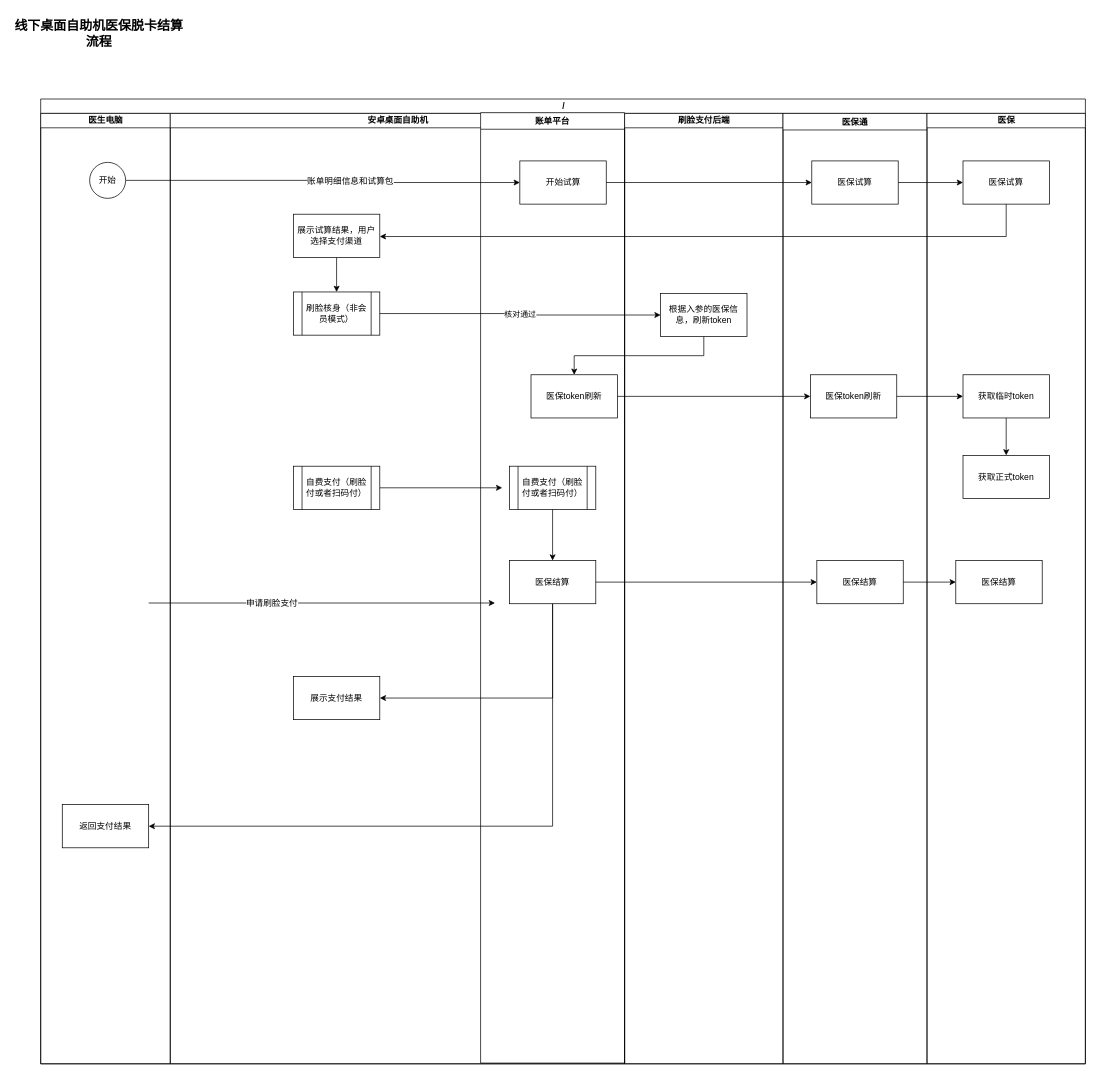
Before: 线下桌面自助机医保脱卡结算流程.drawio in zhangwenhuad/visio, a draw.io diagram. Source tidied: cells renumbered, new cells numbered last; positions are measured from the earlier drawing's top-left corner, leaving out a move shared by most shapes. Both pictures are drawn from the tidied source at 72%, with x=0, y=0 at pixel (12, 12).
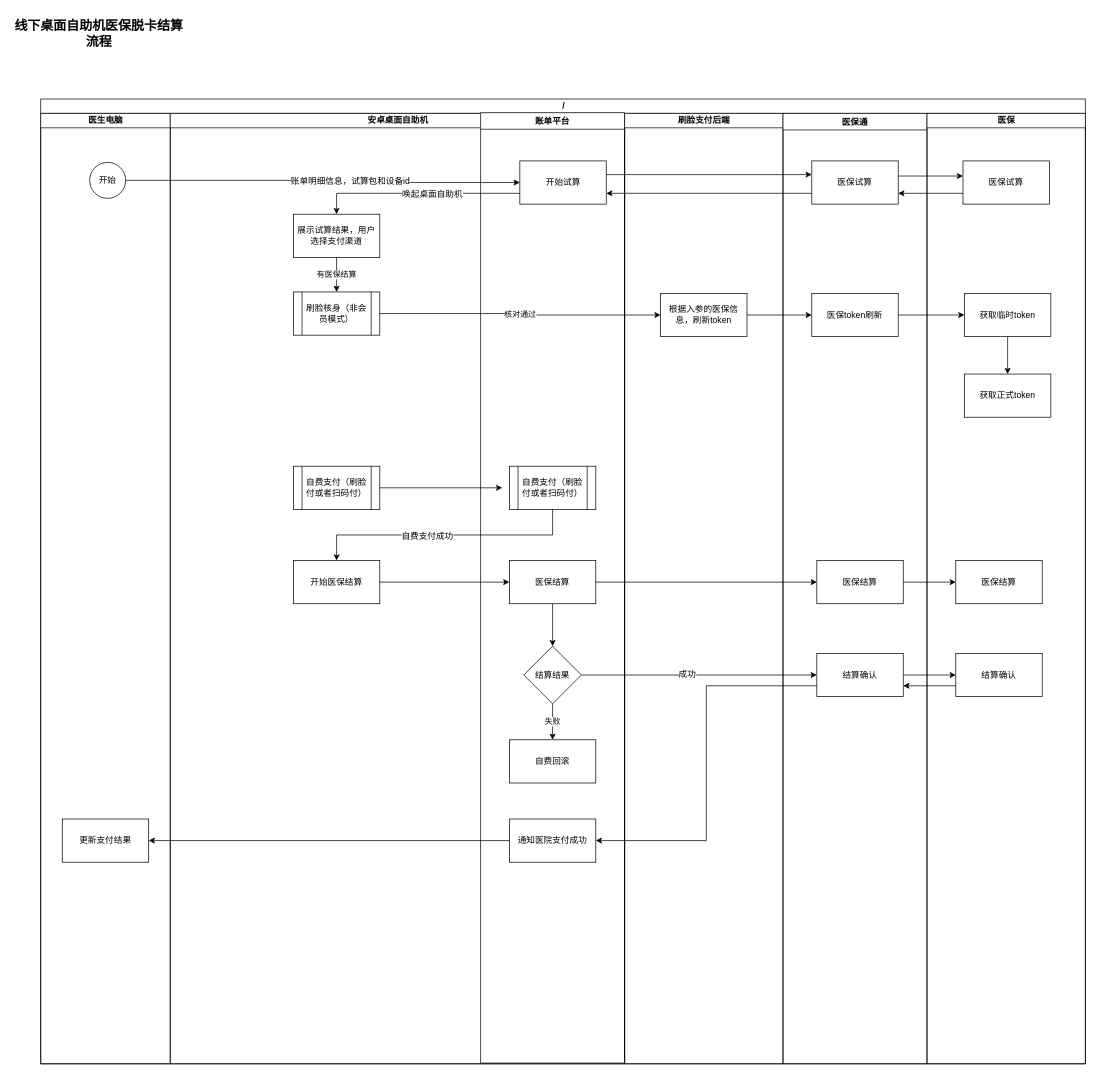
After the change.

Commit message:
Update 线下桌面自助机医保脱卡结算流程.drawio

Unchanged cells that the change refers to:
```xml
<mxCell id="3" value="/" style="swimlane;html=1;startSize=20;" parent="1" vertex="1">
  <mxGeometry x="39" y="120" width="1451" height="1340" as="geometry" />
</mxCell>
<mxCell id="4" value="医生电脑" style="swimlane;html=1;startSize=20;" parent="3" vertex="1">
  <mxGeometry y="20" width="180" height="1320" as="geometry" />
</mxCell>
<mxCell id="7" value="安卓桌面自助机" style="swimlane;html=1;startSize=20;" parent="3" vertex="1">
  <mxGeometry x="180" y="20" width="631" height="1320" as="geometry" />
</mxCell>
<mxCell id="8" value="账单平台" style="swimlane;" parent="7" vertex="1">
  <mxGeometry x="431" y="-1" width="200" height="1320" as="geometry" />
</mxCell>
<mxCell id="9" value="开始试算" style="rounded=0;whiteSpace=wrap;html=1;" parent="8" vertex="1">
  <mxGeometry x="54.5" y="67" width="120" height="60" as="geometry" />
</mxCell>
<mxCell id="11" value="&lt;span style=&quot;white-space: normal&quot;&gt;自费支付（刷脸付或者扫码付）&lt;/span&gt;" style="shape=process;whiteSpace=wrap;html=1;backgroundOutline=1;" parent="8" vertex="1">
  <mxGeometry x="40" y="491" width="120" height="60" as="geometry" />
</mxCell>
<mxCell id="12" value="&lt;span style=&quot;white-space: normal&quot;&gt;刷脸核身（非会员模式）&lt;/span&gt;" style="shape=process;whiteSpace=wrap;html=1;backgroundOutline=1;" parent="7" vertex="1">
  <mxGeometry x="171" y="248" width="120" height="60" as="geometry" />
</mxCell>
<mxCell id="14" value="展示试算结果，用户选择支付渠道" style="rounded=0;whiteSpace=wrap;html=1;" parent="7" vertex="1">
  <mxGeometry x="171" y="140" width="120" height="60" as="geometry" />
</mxCell>
<mxCell id="19" value="根据入参的医保信息，刷新token" style="rounded=0;whiteSpace=wrap;html=1;" parent="18" vertex="1">
  <mxGeometry x="50" y="250" width="120" height="60" as="geometry" />
</mxCell>
<mxCell id="21" value="医保通" style="swimlane;" parent="3" vertex="1">
  <mxGeometry x="1031" y="20" width="200" height="1320" as="geometry" />
</mxCell>
<mxCell id="22" value="医保试算" style="rounded=0;whiteSpace=wrap;html=1;" parent="21" vertex="1">
  <mxGeometry x="40" y="66" width="120" height="60" as="geometry" />
</mxCell>
<mxCell id="26" value="医保" style="swimlane;html=1;startSize=20;" parent="3" vertex="1">
  <mxGeometry x="1231" y="20" width="220" height="1320" as="geometry" />
</mxCell>
<mxCell id="28" value="医保试算" style="rounded=0;whiteSpace=wrap;html=1;" parent="26" vertex="1">
  <mxGeometry x="50" y="66" width="120" height="60" as="geometry" />
</mxCell>
<mxCell id="42" style="edgeStyle=orthogonalEdgeStyle;rounded=0;jettySize=auto;html=1;exitX=1;exitY=0.5;exitDx=0;exitDy=0;" parent="1" edge="1" source="44" target="9">
  <mxGeometry relative="1" as="geometry" />
</mxCell>
<mxCell id="46" value="医保结算" style="rounded=0;whiteSpace=wrap;html=1;" parent="1" vertex="1">
  <mxGeometry x="690" y="761" width="120" height="60" as="geometry" />
</mxCell>
```

What changed in the source:
```diff
@@
-    <mxCell id="6" value="返回支付结果" style="rounded=0;whiteSpace=wrap;html=1;" parent="4" vertex="1">
-      <mxGeometry x="30" y="960" width="120" height="60" as="geometry" />
-    </mxCell>
+    <mxCell id="50" value="更新支付结果" style="rounded=0;whiteSpace=wrap;html=1;" parent="4" vertex="1">
+      <mxGeometry x="30" y="980" width="120" height="60" as="geometry" />
+    </mxCell>
@@
-    <mxCell id="10" value="医保token刷新" style="rounded=0;whiteSpace=wrap;html=1;" parent="8" vertex="1">
-      <mxGeometry x="70" y="364" width="120" height="60" as="geometry" />
-    </mxCell>
@@
+    <mxCell id="51" value="失败" style="edgeStyle=orthogonalEdgeStyle;rounded=0;jettySize=auto;html=1;exitX=0.5;exitY=1;exitDx=0;exitDy=0;" parent="8" edge="1" source="52" target="53">
+      <mxGeometry relative="1" as="geometry" />
+    </mxCell>
+    <mxCell id="52" value="结算结果" style="rhombus;whiteSpace=wrap;html=1;" parent="8" vertex="1">
+      <mxGeometry x="60" y="741" width="80" height="80" as="geometry" />
+    </mxCell>
+    <mxCell id="53" value="自费回滚" style="rounded=0;whiteSpace=wrap;html=1;" parent="8" vertex="1">
+      <mxGeometry x="40" y="871" width="120" height="60" as="geometry" />
+    </mxCell>
+    <mxCell id="54" value="通知医院支付成功" style="rounded=0;whiteSpace=wrap;html=1;" parent="8" vertex="1">
+      <mxGeometry x="40" y="981" width="120" height="60" as="geometry" />
+    </mxCell>
@@
-    <mxCell id="13" style="edgeStyle=orthogonalEdgeStyle;rounded=0;jettySize=auto;html=1;exitX=0.5;exitY=1;exitDx=0;exitDy=0;entryX=0.5;entryY=0;entryDx=0;entryDy=0;" parent="7" edge="1" source="14" target="12">
+    <mxCell id="13" value="有医保结算" style="edgeStyle=orthogonalEdgeStyle;rounded=0;jettySize=auto;html=1;exitX=0.5;exitY=1;exitDx=0;exitDy=0;entryX=0.5;entryY=0;entryDx=0;entryDy=0;" parent="7" edge="1" source="14" target="12">
       <mxGeometry relative="1" as="geometry" />
     </mxCell>
@@
-    <mxCell id="17" value="展示支付结果" style="rounded=0;whiteSpace=wrap;html=1;" parent="7" vertex="1">
-      <mxGeometry x="171" y="782" width="120" height="60" as="geometry" />
-    </mxCell>
+    <mxCell id="55" style="edgeStyle=orthogonalEdgeStyle;rounded=0;jettySize=auto;html=1;exitX=0;exitY=0.75;exitDx=0;exitDy=0;entryX=0.5;entryY=0;entryDx=0;entryDy=0;" parent="7" edge="1" source="9" target="14">
+      <mxGeometry relative="1" as="geometry" />
+    </mxCell>
+    <mxCell id="56" value="唤起桌面自助机" style="text;html=1;align=center;verticalAlign=middle;labelBackgroundColor=#ffffff;" parent="55" vertex="1">
+      <mxGeometry x="-0.14" relative="1" as="geometry" />
+    </mxCell>
+    <mxCell id="57" value="开始医保结算" style="rounded=0;whiteSpace=wrap;html=1;" parent="7" vertex="1">
+      <mxGeometry x="171" y="621" width="120" height="60" as="geometry" />
+    </mxCell>
+    <mxCell id="58" style="edgeStyle=orthogonalEdgeStyle;rounded=0;jettySize=auto;html=1;exitX=0.5;exitY=1;exitDx=0;exitDy=0;" parent="7" edge="1" source="11" target="57">
+      <mxGeometry relative="1" as="geometry" />
+    </mxCell>
+    <mxCell id="59" value="自费支付成功" style="text;html=1;align=center;verticalAlign=middle;labelBackgroundColor=#ffffff;" parent="58" vertex="1">
+      <mxGeometry x="0.13" y="1" relative="1" as="geometry" />
+    </mxCell>
@@
     <mxCell id="24" value="医保token刷新" style="rounded=0;whiteSpace=wrap;html=1;" parent="21" vertex="1">
-      <mxGeometry x="38" y="363" width="120" height="60" as="geometry" />
+      <mxGeometry x="40" y="250" width="120" height="60" as="geometry" />
     </mxCell>
+    <mxCell id="60" value="结算确认" style="rounded=0;whiteSpace=wrap;html=1;" parent="21" vertex="1">
+      <mxGeometry x="47" y="750" width="120" height="60" as="geometry" />
+    </mxCell>
@@
+    <mxCell id="34" style="edgeStyle=orthogonalEdgeStyle;rounded=0;jettySize=auto;html=1;exitX=1;exitY=0.5;exitDx=0;exitDy=0;entryX=0;entryY=0.5;entryDx=0;entryDy=0;" parent="3" edge="1" source="24" target="30">
+      <mxGeometry relative="1" as="geometry" />
+    </mxCell>
@@
     <mxCell id="30" value="获取临时token" style="rounded=0;whiteSpace=wrap;html=1;" parent="26" vertex="1">
-      <mxGeometry x="50" y="363" width="120" height="60" as="geometry" />
+      <mxGeometry x="52" y="250" width="120" height="60" as="geometry" />
     </mxCell>
     <mxCell id="31" value="获取正式token" style="rounded=0;whiteSpace=wrap;html=1;" parent="26" vertex="1">
-      <mxGeometry x="50" y="475" width="120" height="60" as="geometry" />
+      <mxGeometry x="52" y="362" width="120" height="60" as="geometry" />
     </mxCell>
+    <mxCell id="61" value="结算确认" style="rounded=0;whiteSpace=wrap;html=1;" parent="26" vertex="1">
+      <mxGeometry x="40" y="750" width="120" height="60" as="geometry" />
+    </mxCell>
@@
-    <mxCell id="33" style="edgeStyle=orthogonalEdgeStyle;rounded=0;jettySize=auto;html=1;exitX=1;exitY=0.5;exitDx=0;exitDy=0;" parent="3" edge="1" source="22" target="28">
-      <mxGeometry relative="1" as="geometry" />
+    <mxCell id="33" style="edgeStyle=orthogonalEdgeStyle;rounded=0;orthogonalLoop=1;jettySize=auto;html=1;exitX=1;exitY=0.5;exitDx=0;exitDy=0;" parent="3" edge="1">
+      <mxGeometry relative="1" as="geometry">
+        <mxPoint x="1191" y="107" as="sourcePoint" />
+        <mxPoint x="1281" y="107" as="targetPoint" />
+      </mxGeometry>
     </mxCell>
-    <mxCell id="34" style="edgeStyle=orthogonalEdgeStyle;rounded=0;jettySize=auto;html=1;exitX=1;exitY=0.5;exitDx=0;exitDy=0;entryX=0;entryY=0.5;entryDx=0;entryDy=0;" parent="3" edge="1" source="24" target="30">
-      <mxGeometry relative="1" as="geometry" />
-    </mxCell>
-    <mxCell id="35" style="edgeStyle=orthogonalEdgeStyle;rounded=0;jettySize=auto;html=1;exitX=1;exitY=0.5;exitDx=0;exitDy=0;" parent="3" edge="1" source="10" target="24">
-      <mxGeometry relative="1" as="geometry" />
-    </mxCell>
-    <mxCell id="36" style="edgeStyle=orthogonalEdgeStyle;rounded=0;orthogonalLoop=1;jettySize=auto;html=1;entryX=0;entryY=0.5;entryDx=0;entryDy=0;" parent="3" edge="1">
-      <mxGeometry relative="1" as="geometry">
-        <mxPoint x="150" y="700" as="sourcePoint" />
-        <mxPoint x="631" y="700" as="targetPoint" />
-      </mxGeometry>
-    </mxCell>
-    <mxCell id="37" value="申请刷脸支付" style="text;html=1;align=center;verticalAlign=middle;labelBackgroundColor=#ffffff;" parent="36" vertex="1">
-      <mxGeometry x="-0.31" y="1" relative="1" as="geometry">
-        <mxPoint x="4" as="offset" />
-      </mxGeometry>
-    </mxCell>
-    <mxCell id="38" style="edgeStyle=orthogonalEdgeStyle;rounded=0;jettySize=auto;html=1;entryX=0;entryY=0.5;entryDx=0;entryDy=0;" parent="3" edge="1" source="9" target="22">
-      <mxGeometry relative="1" as="geometry" />
+    <mxCell id="38" style="edgeStyle=orthogonalEdgeStyle;rounded=0;orthogonalLoop=1;jettySize=auto;html=1;entryX=0;entryY=0.5;entryDx=0;entryDy=0;" parent="3" edge="1">
+      <mxGeometry relative="1" as="geometry">
+        <mxPoint x="785.5" y="105" as="sourcePoint" />
+        <mxPoint x="1071" y="105" as="targetPoint" />
+      </mxGeometry>
     </mxCell>
-    <mxCell id="39" style="edgeStyle=orthogonalEdgeStyle;rounded=0;jettySize=auto;html=1;" parent="3" edge="1" source="28">
-      <mxGeometry relative="1" as="geometry">
-        <mxPoint x="471" y="191" as="targetPoint" />
-        <Array as="points">
-          <mxPoint x="1341" y="191" />
-        </Array>
-      </mxGeometry>
-    </mxCell>
@@
-    <mxCell id="41" style="edgeStyle=orthogonalEdgeStyle;rounded=0;jettySize=auto;html=1;exitX=0.5;exitY=1;exitDx=0;exitDy=0;" parent="3" edge="1" source="19" target="10">
-      <mxGeometry relative="1" as="geometry" />
-    </mxCell>
+    <mxCell id="62" style="edgeStyle=orthogonalEdgeStyle;rounded=0;jettySize=auto;html=1;exitX=0;exitY=0.75;exitDx=0;exitDy=0;entryX=1;entryY=0.75;entryDx=0;entryDy=0;" parent="3" edge="1" source="28" target="22">
+      <mxGeometry relative="1" as="geometry" />
+    </mxCell>
+    <mxCell id="63" style="edgeStyle=orthogonalEdgeStyle;rounded=0;jettySize=auto;html=1;exitX=0;exitY=0.75;exitDx=0;exitDy=0;entryX=1;entryY=0.75;entryDx=0;entryDy=0;" parent="3" edge="1" source="22" target="9">
+      <mxGeometry relative="1" as="geometry" />
+    </mxCell>
+    <mxCell id="64" style="edgeStyle=orthogonalEdgeStyle;rounded=0;jettySize=auto;html=1;exitX=1;exitY=0.5;exitDx=0;exitDy=0;" parent="3" edge="1" source="19" target="24">
+      <mxGeometry relative="1" as="geometry" />
+    </mxCell>
+    <mxCell id="65" style="edgeStyle=orthogonalEdgeStyle;rounded=0;jettySize=auto;html=1;exitX=1;exitY=0.5;exitDx=0;exitDy=0;" parent="3" edge="1" source="60" target="61">
+      <mxGeometry relative="1" as="geometry">
+        <Array as="points">
+          <mxPoint x="1251" y="800" />
+          <mxPoint x="1251" y="800" />
+        </Array>
+      </mxGeometry>
+    </mxCell>
+    <mxCell id="66" style="edgeStyle=orthogonalEdgeStyle;rounded=0;jettySize=auto;html=1;exitX=1;exitY=0.5;exitDx=0;exitDy=0;" parent="3" edge="1" source="52" target="60">
+      <mxGeometry relative="1" as="geometry" />
+    </mxCell>
+    <mxCell id="67" value="成功" style="text;html=1;align=center;verticalAlign=middle;labelBackgroundColor=#ffffff;" parent="66" vertex="1">
+      <mxGeometry x="-0.11" y="2" relative="1" as="geometry" />
+    </mxCell>
+    <mxCell id="68" style="edgeStyle=orthogonalEdgeStyle;rounded=0;jettySize=auto;html=1;exitX=0;exitY=0.75;exitDx=0;exitDy=0;entryX=1;entryY=0.75;entryDx=0;entryDy=0;" parent="3" edge="1" source="61" target="60">
+      <mxGeometry relative="1" as="geometry" />
+    </mxCell>
+    <mxCell id="69" style="edgeStyle=orthogonalEdgeStyle;rounded=0;jettySize=auto;html=1;exitX=0;exitY=0.75;exitDx=0;exitDy=0;entryX=1;entryY=0.5;entryDx=0;entryDy=0;" parent="3" edge="1" source="60" target="54">
+      <mxGeometry relative="1" as="geometry" />
+    </mxCell>
+    <mxCell id="70" style="edgeStyle=orthogonalEdgeStyle;rounded=0;jettySize=auto;html=1;exitX=0;exitY=0.5;exitDx=0;exitDy=0;" parent="3" edge="1" source="54" target="50">
+      <mxGeometry relative="1" as="geometry" />
+    </mxCell>
@@
-    <mxCell id="43" value="账单明细信息和试算包" style="text;html=1;align=center;verticalAlign=middle;labelBackgroundColor=#ffffff;" parent="42" vertex="1">
+    <mxCell id="43" value="账单明细信息，试算包和设备id" style="text;html=1;align=center;verticalAlign=middle;labelBackgroundColor=#ffffff;" parent="42" vertex="1">
       <mxGeometry x="0.14" y="2" relative="1" as="geometry" />
     </mxCell>
@@
-    <mxCell id="45" style="edgeStyle=orthogonalEdgeStyle;rounded=0;jettySize=auto;html=1;exitX=0.5;exitY=1;exitDx=0;exitDy=0;" parent="1" edge="1" source="46">
-      <mxGeometry relative="1" as="geometry">
-        <mxPoint x="510" y="952" as="targetPoint" />
-        <Array as="points">
-          <mxPoint x="750" y="952" />
-          <mxPoint x="510" y="952" />
-        </Array>
-      </mxGeometry>
-    </mxCell>
+    <mxCell id="71" style="edgeStyle=orthogonalEdgeStyle;rounded=0;jettySize=auto;html=1;exitX=0.5;exitY=1;exitDx=0;exitDy=0;" parent="1" edge="1" source="46" target="52">
+      <mxGeometry relative="1" as="geometry" />
+    </mxCell>
@@
-    <mxCell id="47" style="edgeStyle=orthogonalEdgeStyle;rounded=0;jettySize=auto;html=1;exitX=0.5;exitY=1;exitDx=0;exitDy=0;entryX=1;entryY=0.5;entryDx=0;entryDy=0;" parent="1" edge="1" source="46" target="6">
-      <mxGeometry relative="1" as="geometry" />
-    </mxCell>
@@
-    <mxCell id="49" style="edgeStyle=orthogonalEdgeStyle;rounded=0;jettySize=auto;html=1;" parent="1" edge="1" source="11" target="46">
-      <mxGeometry relative="1" as="geometry" />
-    </mxCell>
+    <mxCell id="72" style="edgeStyle=orthogonalEdgeStyle;rounded=0;jettySize=auto;html=1;exitX=1;exitY=0.5;exitDx=0;exitDy=0;" parent="1" edge="1" source="57" target="46">
+      <mxGeometry relative="1" as="geometry" />
+    </mxCell>
```
